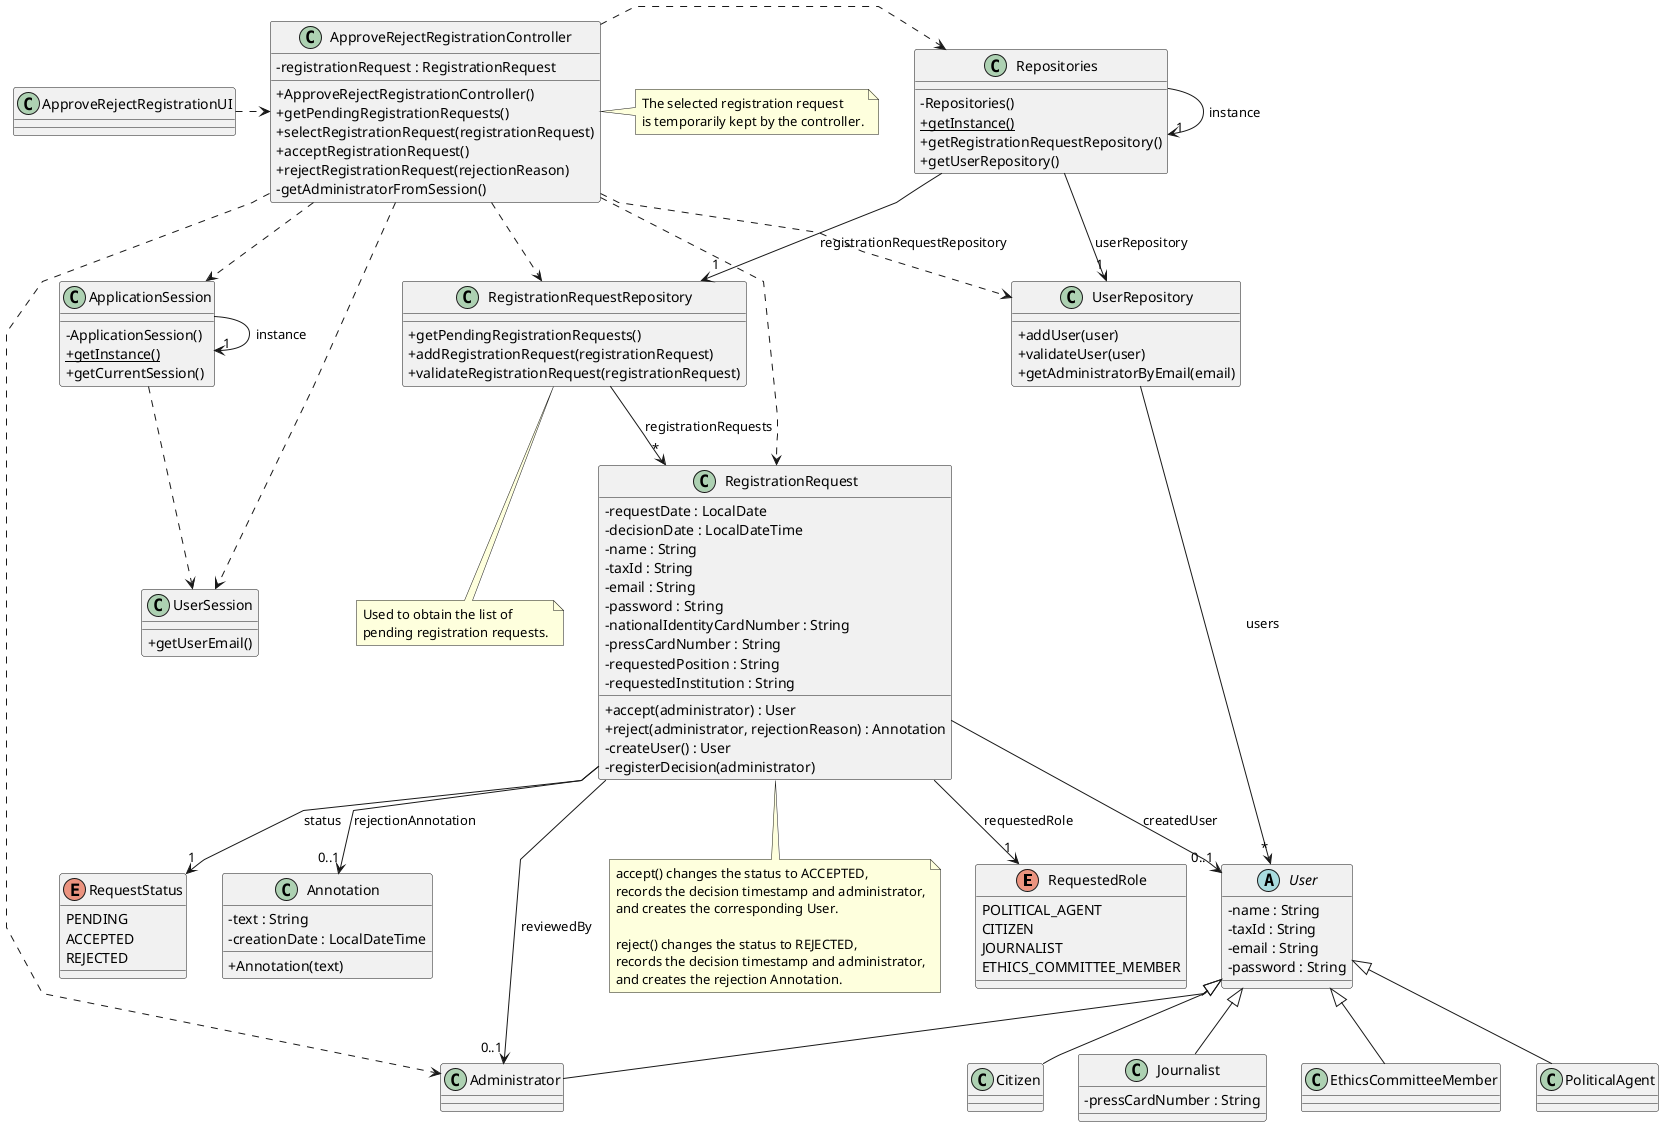
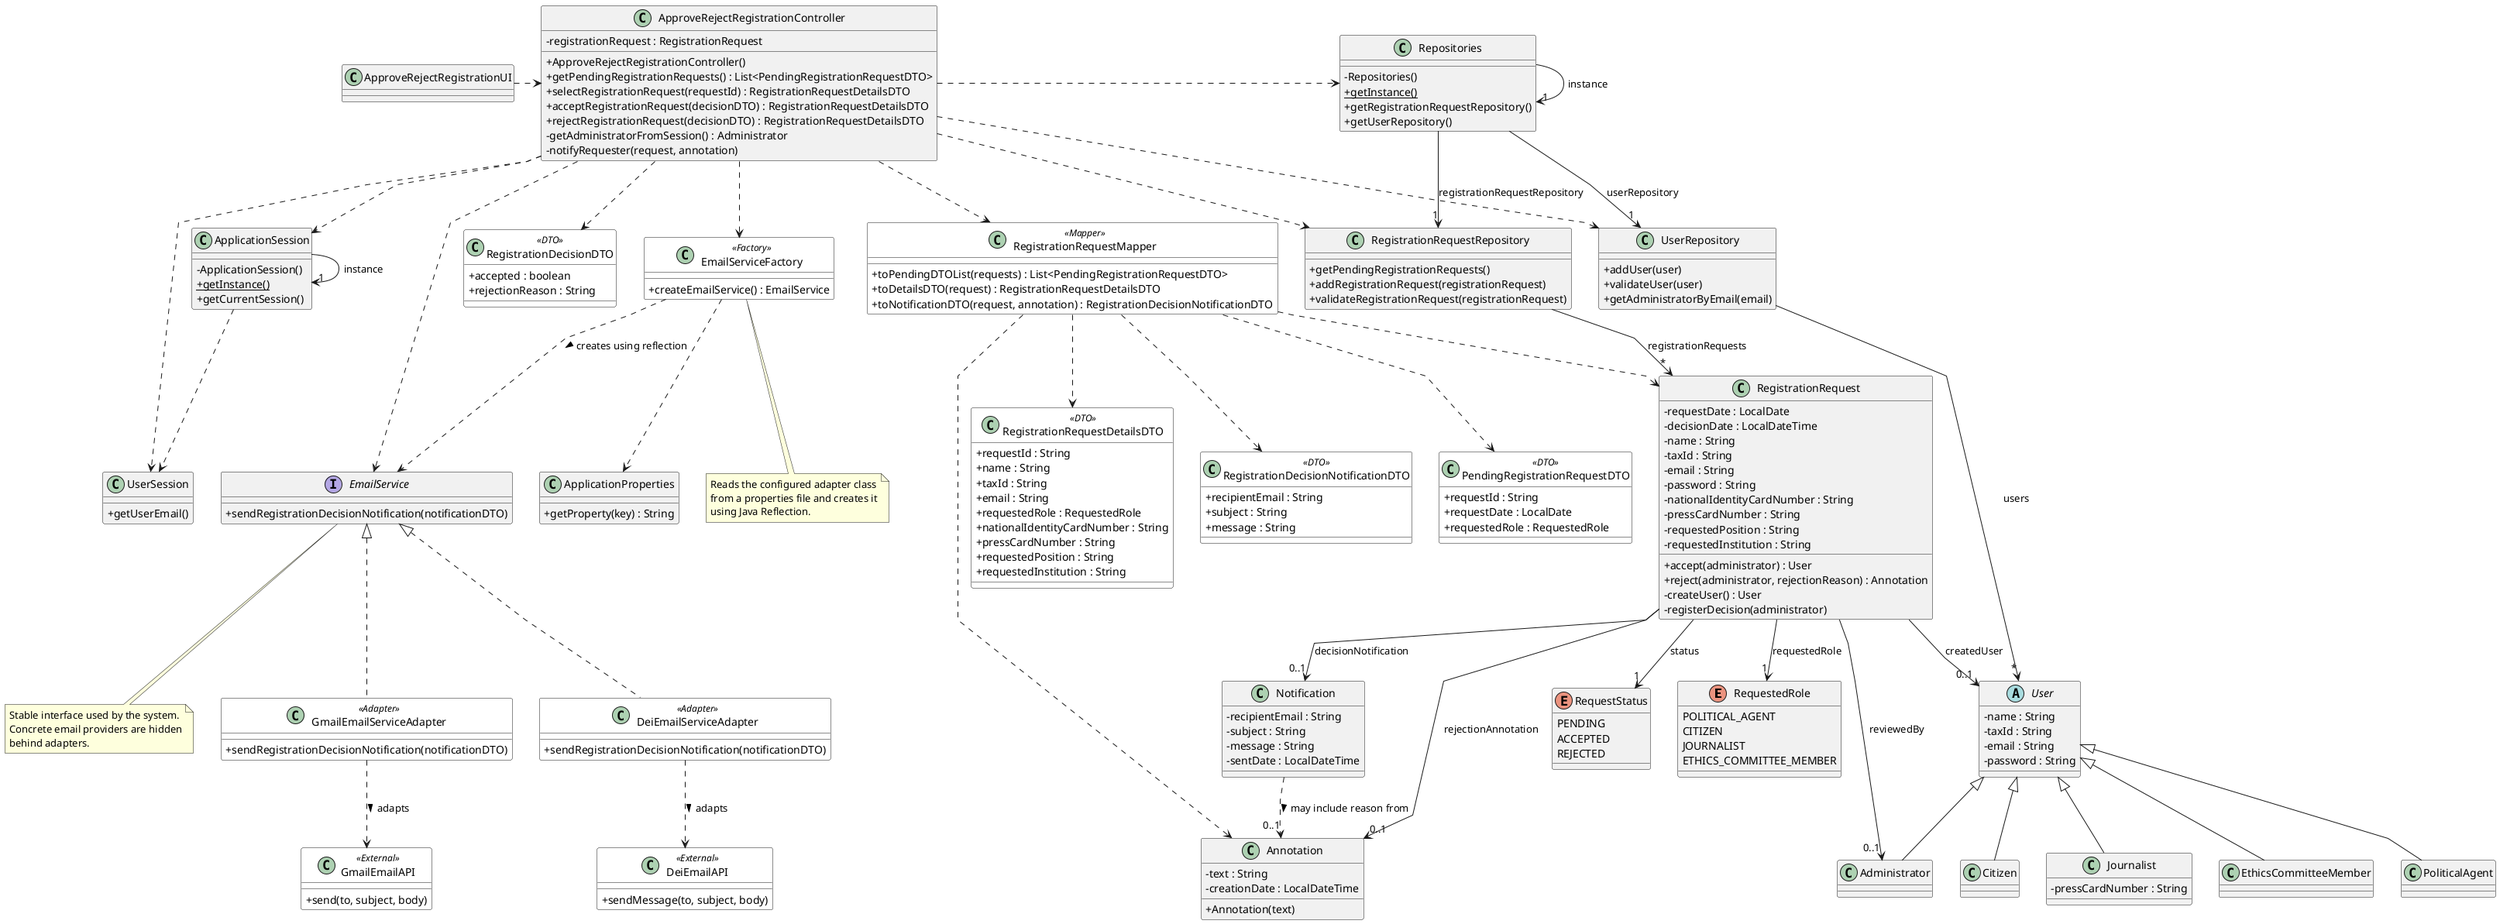
@startuml
'skinparam monochrome true
skinparam packageStyle rectangle
skinparam shadowing false
skinparam linetype polyline
- 'skinparam linetype orto
- 
skinparam classAttributeIconSize 0
+ 
+ skinparam class {
+     BackgroundColor<<DTO>> White
+     BackgroundColor<<Mapper>> White
+     BackgroundColor<<Adapter>> White
+     BackgroundColor<<External>> White
+     BackgroundColor<<Factory>> White
+ }

enum RequestedRole {
    POLITICAL_AGENT
    CITIZEN
    JOURNALIST
    ETHICS_COMMITTEE_MEMBER
}

enum RequestStatus {
    PENDING
    ACCEPTED
    REJECTED
}

abstract class User {
    - name : String
    - taxId : String
    - email : String
    - password : String
}

class PoliticalAgent {
}

class Citizen {
}

class Journalist {
    - pressCardNumber : String
}

class EthicsCommitteeMember {
}

class Administrator {
}

class RegistrationRequest {
    - requestDate : LocalDate
    - decisionDate : LocalDateTime
    - name : String
    - taxId : String
    - email : String
    - password : String
    - nationalIdentityCardNumber : String
    - pressCardNumber : String
    - requestedPosition : String
    - requestedInstitution : String

    + accept(administrator) : User
    + reject(administrator, rejectionReason) : Annotation
    - createUser() : User
    - registerDecision(administrator)
}

class Annotation {
    - text : String
    - creationDate : LocalDateTime

    + Annotation(text)
}

+ class Notification {
+     - recipientEmail : String
+     - subject : String
+     - message : String
+     - sentDate : LocalDateTime
+ }
+ 
+ class PendingRegistrationRequestDTO <<DTO>> {
+     + requestId : String
+     + requestDate : LocalDate
+     + requestedRole : RequestedRole
+ }
+ 
+ class RegistrationRequestDetailsDTO <<DTO>> {
+     + requestId : String
+     + name : String
+     + taxId : String
+     + email : String
+     + requestedRole : RequestedRole
+     + nationalIdentityCardNumber : String
+     + pressCardNumber : String
+     + requestedPosition : String
+     + requestedInstitution : String
+ }
+ 
+ class RegistrationDecisionDTO <<DTO>> {
+     + accepted : boolean
+     + rejectionReason : String
+ }
+ 
+ class RegistrationDecisionNotificationDTO <<DTO>> {
+     + recipientEmail : String
+     + subject : String
+     + message : String
+ }
+ 
+ class RegistrationRequestMapper <<Mapper>> {
+     + toPendingDTOList(requests) : List<PendingRegistrationRequestDTO>
+     + toDetailsDTO(request) : RegistrationRequestDetailsDTO
+     + toNotificationDTO(request, annotation) : RegistrationDecisionNotificationDTO
+ }
+ 
+ interface EmailService {
+     + sendRegistrationDecisionNotification(notificationDTO)
+ }
+ 
+ class GmailEmailServiceAdapter <<Adapter>> {
+     + sendRegistrationDecisionNotification(notificationDTO)
+ }
+ 
+ class DeiEmailServiceAdapter <<Adapter>> {
+     + sendRegistrationDecisionNotification(notificationDTO)
+ }
+ 
+ class GmailEmailAPI <<External>> {
+     + send(to, subject, body)
+ }
+ 
+ class DeiEmailAPI <<External>> {
+     + sendMessage(to, subject, body)
+ }
+ 
+ class EmailServiceFactory <<Factory>> {
+     + createEmailService() : EmailService
+ }
+ 
+ class ApplicationProperties {
+     + getProperty(key) : String
+ }
+ 
class RegistrationRequestRepository {
    + getPendingRegistrationRequests()
    + addRegistrationRequest(registrationRequest)
    + validateRegistrationRequest(registrationRequest)
}

class UserRepository {
    + addUser(user)
    + validateUser(user)
    + getAdministratorByEmail(email)
}

class Repositories {
    - Repositories()
    + {static} getInstance()
    + getRegistrationRequestRepository()
    + getUserRepository()
}

class ApplicationSession {
    - ApplicationSession()
    + {static} getInstance()
    + getCurrentSession()
}

class UserSession {
    + getUserEmail()
}

class ApproveRejectRegistrationController {
    - registrationRequest : RegistrationRequest

    + ApproveRejectRegistrationController()
-     + getPendingRegistrationRequests()
-     + selectRegistrationRequest(registrationRequest)
-     + acceptRegistrationRequest()
-     + rejectRegistrationRequest(rejectionReason)
-     - getAdministratorFromSession()
- }
- 
- note right of ApproveRejectRegistrationController
-     The selected registration request
-     is temporarily kept by the controller.
- end note
- 
- note bottom of RegistrationRequest
-     accept() changes the status to ACCEPTED,
-     records the decision timestamp and administrator,
-     and creates the corresponding User.
- 
-     reject() changes the status to REJECTED,
-     records the decision timestamp and administrator,
-     and creates the rejection Annotation.
- end note
- 
- note bottom of RegistrationRequestRepository
-     Used to obtain the list of
-     pending registration requests.
- end note
+     + getPendingRegistrationRequests() : List<PendingRegistrationRequestDTO>
+     + selectRegistrationRequest(requestId) : RegistrationRequestDetailsDTO
+     + acceptRegistrationRequest(decisionDTO) : RegistrationRequestDetailsDTO
+     + rejectRegistrationRequest(decisionDTO) : RegistrationRequestDetailsDTO
+     - getAdministratorFromSession() : Administrator
+     - notifyRequester(request, annotation)
+ }

class ApproveRejectRegistrationUI {
}

User <|-- PoliticalAgent
User <|-- Citizen
User <|-- Journalist
User <|-- EthicsCommitteeMember
User <|-- Administrator

ApproveRejectRegistrationUI .> ApproveRejectRegistrationController

ApproveRejectRegistrationController .> Repositories
ApproveRejectRegistrationController ..> RegistrationRequestRepository
ApproveRejectRegistrationController ..> UserRepository
- ApproveRejectRegistrationController ..> RegistrationRequest
- ApproveRejectRegistrationController ..> Administrator
+ ApproveRejectRegistrationController ..> RegistrationRequestMapper
+ ApproveRejectRegistrationController ..> EmailServiceFactory
+ ApproveRejectRegistrationController ..> EmailService
+ ApproveRejectRegistrationController ..> RegistrationDecisionDTO
ApproveRejectRegistrationController ..> ApplicationSession
ApproveRejectRegistrationController ..> UserSession
+ 
+ RegistrationRequestMapper ..> RegistrationRequest
+ RegistrationRequestMapper ..> Annotation
+ RegistrationRequestMapper ..> PendingRegistrationRequestDTO
+ RegistrationRequestMapper ..> RegistrationRequestDetailsDTO
+ RegistrationRequestMapper ..> RegistrationDecisionNotificationDTO
+ 
+ EmailService <|.. GmailEmailServiceAdapter
+ EmailService <|.. DeiEmailServiceAdapter
+ GmailEmailServiceAdapter ..> GmailEmailAPI : adapts >
+ DeiEmailServiceAdapter ..> DeiEmailAPI : adapts >
+ EmailServiceFactory ..> ApplicationProperties
+ EmailServiceFactory ..> EmailService : creates using reflection >

Repositories -> "1" Repositories : instance
Repositories --> "1" RegistrationRequestRepository : registrationRequestRepository
Repositories --> "1" UserRepository : userRepository

ApplicationSession -> "1" ApplicationSession : instance
ApplicationSession ..> UserSession

RegistrationRequestRepository --> "*" RegistrationRequest : registrationRequests
UserRepository --> "*" User : users

RegistrationRequest --> "1" RequestedRole : requestedRole
RegistrationRequest --> "1" RequestStatus : status
RegistrationRequest --> "0..1" User : createdUser
RegistrationRequest --> "0..1" Administrator : reviewedBy
RegistrationRequest --> "0..1" Annotation : rejectionAnnotation
- 
- @enduml+ RegistrationRequest --> "0..1" Notification : decisionNotification
+ Notification ..> "0..1" Annotation : may include reason from >
+ 
+ note bottom of EmailService
+     Stable interface used by the system.
+     Concrete email providers are hidden
+     behind adapters.
+ end note
+ 
+ note bottom of EmailServiceFactory
+     Reads the configured adapter class
+     from a properties file and creates it
+     using Java Reflection.
+ end note
+ 
+ @enduml
